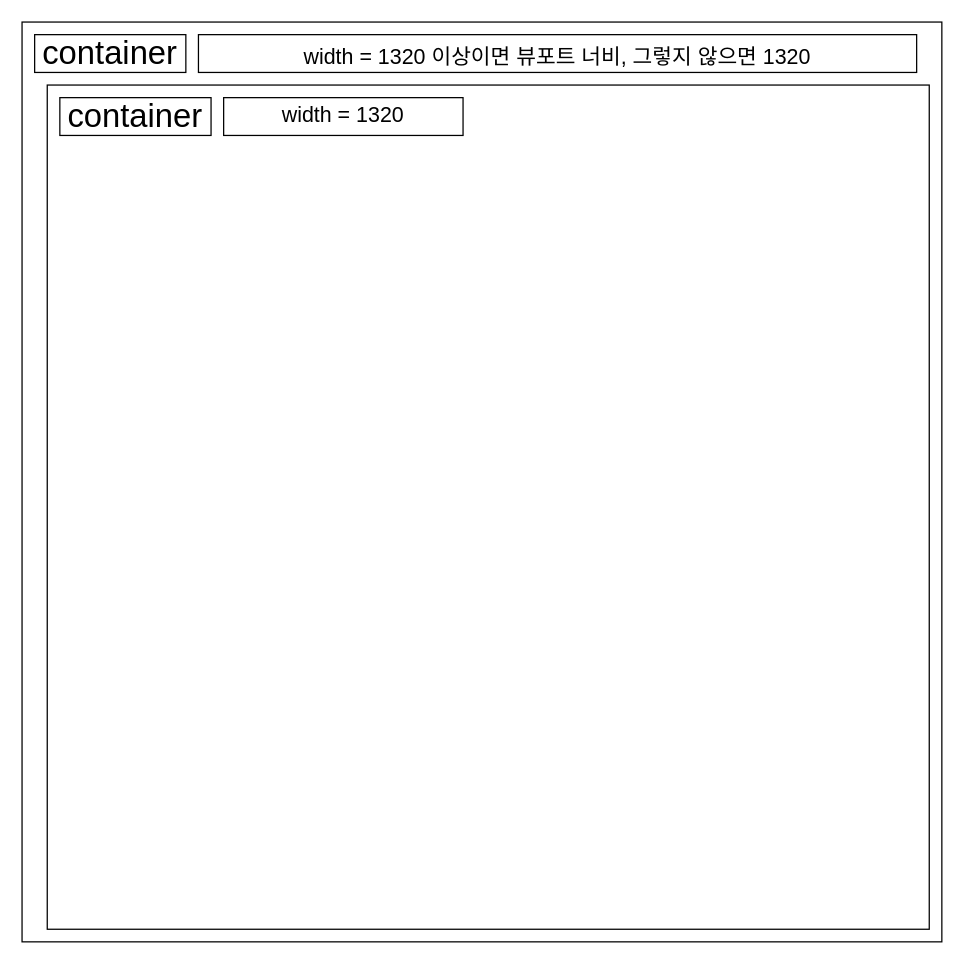
Before: Untitled Diagram.drawio in hkseo98/boiler-plate, a draw.io diagram. Source tidied: cells renumbered, new cells numbered last; positions are measured from the earlier drawing's top-left corner, leaving out a move shared by most shapes. Both pictures are drawn from the tidied source at 126%, with x=0, y=0 at pixel (21, 21).
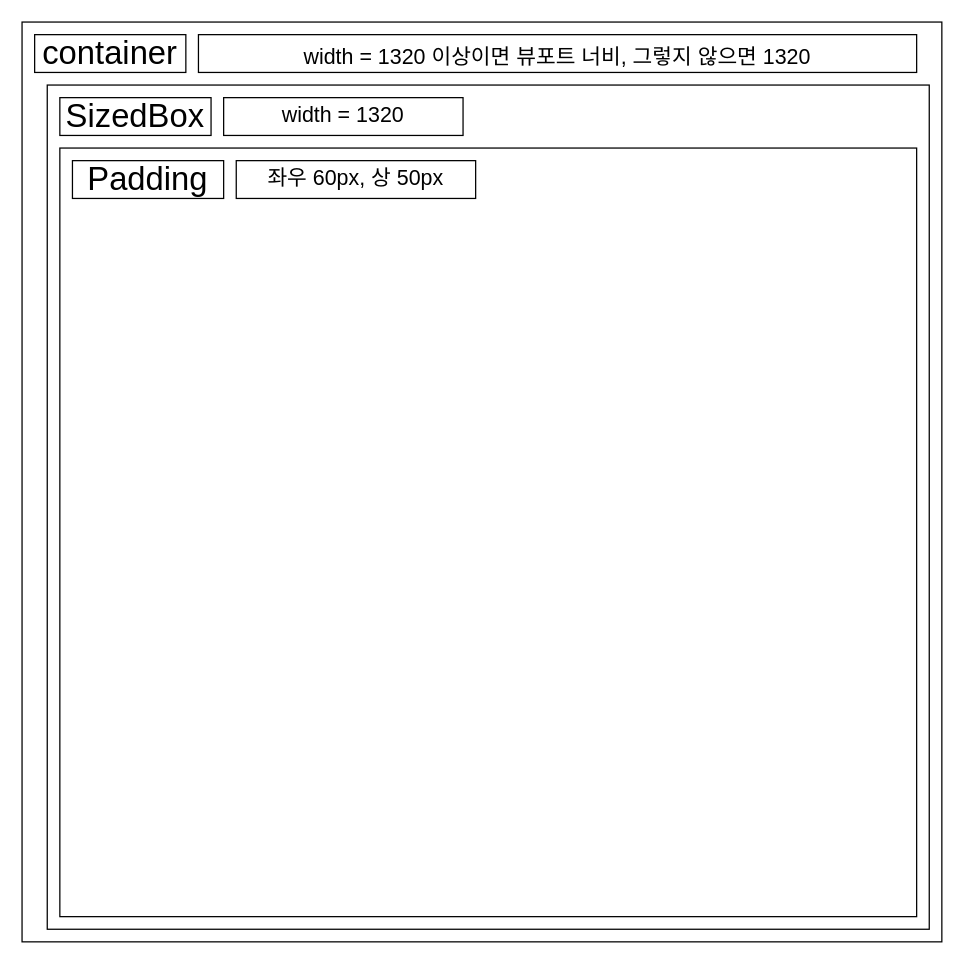
The same page after the edit.

The edit, as a diff of the source:
```diff
@@
 <mxGraphModel>
   <root>
     <mxCell id="0" />
     <mxCell id="1" parent="0" />
     <mxCell id="2" style="whiteSpace=wrap;html=1;" parent="1" vertex="1">
       <mxGeometry x="170" y="550" as="geometry" />
     </mxCell>
     <mxCell id="3" style="whiteSpace=wrap;html=1;" parent="1" vertex="1">
       <mxGeometry width="730" height="730" as="geometry" />
     </mxCell>
     <mxCell id="4" value="&lt;font style=&quot;font-size: 26px&quot;&gt;container&lt;/font&gt;" style="rounded=0;whiteSpace=wrap;html=1;" parent="1" vertex="1">
       <mxGeometry x="10" y="10" width="120" height="30" as="geometry" />
     </mxCell>
     <mxCell id="5" style="rounded=0;whiteSpace=wrap;html=1;fontSize=26;" parent="1" vertex="1">
       <mxGeometry x="20" y="50" width="700" height="670" as="geometry" />
     </mxCell>
-    <mxCell id="6" value="&lt;font style=&quot;font-size: 26px&quot;&gt;container&lt;/font&gt;" style="rounded=0;whiteSpace=wrap;html=1;" parent="1" vertex="1">
+    <mxCell id="6" value="&lt;font style=&quot;font-size: 26px&quot;&gt;SizedBox&lt;/font&gt;" style="rounded=0;whiteSpace=wrap;html=1;" parent="1" vertex="1">
       <mxGeometry x="30" y="60" width="120" height="30" as="geometry" />
     </mxCell>
     <mxCell id="7" value="&lt;font style=&quot;font-size: 17px&quot;&gt;width = 1320 이상이면 뷰포트 너비, 그렇지 않으면 1320&lt;/font&gt;" style="rounded=0;whiteSpace=wrap;html=1;fontSize=26;" parent="1" vertex="1">
       <mxGeometry x="140" y="10" width="570" height="30" as="geometry" />
     </mxCell>
     <mxCell id="8" value="width = 1320" style="rounded=0;whiteSpace=wrap;html=1;fontSize=17;" parent="1" vertex="1">
       <mxGeometry x="160" y="60" width="190" height="30" as="geometry" />
     </mxCell>
+    <mxCell id="9" style="rounded=0;whiteSpace=wrap;html=1;fontSize=17;" parent="1" vertex="1">
+      <mxGeometry x="30" y="100" width="680" height="610" as="geometry" />
+    </mxCell>
+    <mxCell id="10" value="&lt;span style=&quot;font-size: 26px&quot;&gt;Padding&lt;/span&gt;" style="rounded=0;whiteSpace=wrap;html=1;" parent="1" vertex="1">
+      <mxGeometry x="40" y="110" width="120" height="30" as="geometry" />
+    </mxCell>
+    <mxCell id="11" value="좌우 60px, 상 50px" style="rounded=0;whiteSpace=wrap;html=1;fontSize=17;" parent="1" vertex="1">
+      <mxGeometry x="170" y="110" width="190" height="30" as="geometry" />
+    </mxCell>
   </root>
 </mxGraphModel>
```
